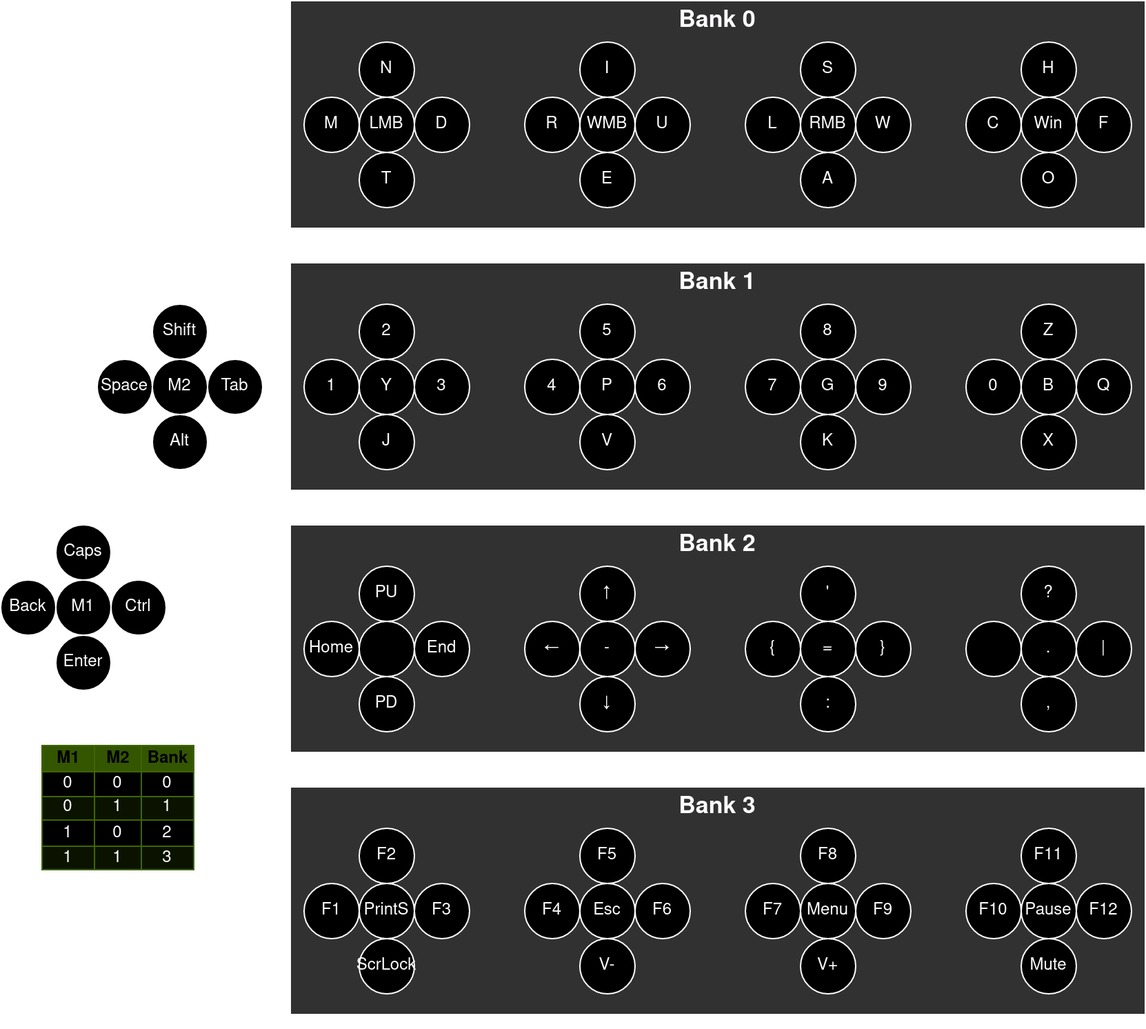
Before: docs/layout.png, a diagram exported from draw.io (ARDev1161/ThinkBoard). Source tidied: cells renumbered, new cells last; positions are measured from the earlier drawing's top-left corner, leaving out a move shared by most shapes.
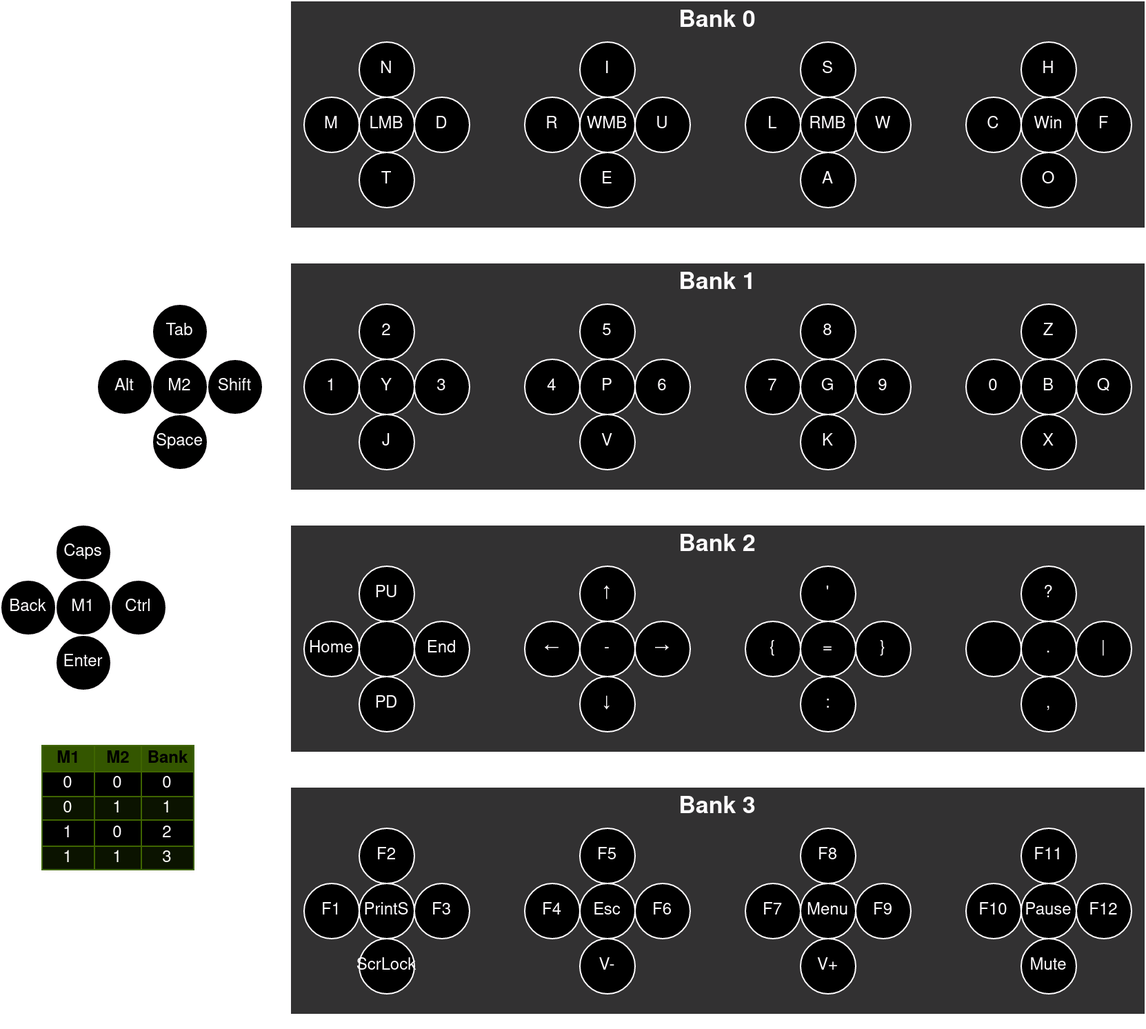
The same diagram one commit later.

Commit message:
fix(keymap.h): fix thumb layout & add images to readme

What changed in the source:
```diff
@@ -5,19 +5,19 @@
     <mxCell id="2" style="group;" parent="1" vertex="1">
       <mxGeometry x="70" y="220" width="120" height="120" as="geometry" />
     </mxCell>
-    <mxCell id="3" value="Shift" style="ellipse;whiteSpace=wrap;html=1;" parent="2" vertex="1">
+    <mxCell id="3" value="Tab" style="ellipse;whiteSpace=wrap;html=1;" parent="2" vertex="1">
       <mxGeometry x="40" width="40" height="40" as="geometry" />
     </mxCell>
     <mxCell id="4" value="M2" style="ellipse;whiteSpace=wrap;html=1;" parent="2" vertex="1">
       <mxGeometry x="40" y="40" width="40" height="40" as="geometry" />
     </mxCell>
-    <mxCell id="5" value="Space" style="ellipse;whiteSpace=wrap;html=1;" parent="2" vertex="1">
+    <mxCell id="5" value="Alt" style="ellipse;whiteSpace=wrap;html=1;" parent="2" vertex="1">
       <mxGeometry y="40" width="40" height="40" as="geometry" />
     </mxCell>
-    <mxCell id="6" value="Tab" style="ellipse;whiteSpace=wrap;html=1;" parent="2" vertex="1">
+    <mxCell id="6" value="Shift" style="ellipse;whiteSpace=wrap;html=1;" parent="2" vertex="1">
       <mxGeometry x="80" y="40" width="40" height="40" as="geometry" />
     </mxCell>
-    <mxCell id="7" value="Alt" style="ellipse;whiteSpace=wrap;html=1;" parent="2" vertex="1">
+    <mxCell id="7" value="Space" style="ellipse;whiteSpace=wrap;html=1;" parent="2" vertex="1">
       <mxGeometry x="40" y="80" width="40" height="40" as="geometry" />
     </mxCell>
     <mxCell id="8" style="group;" parent="1" vertex="1">
```
